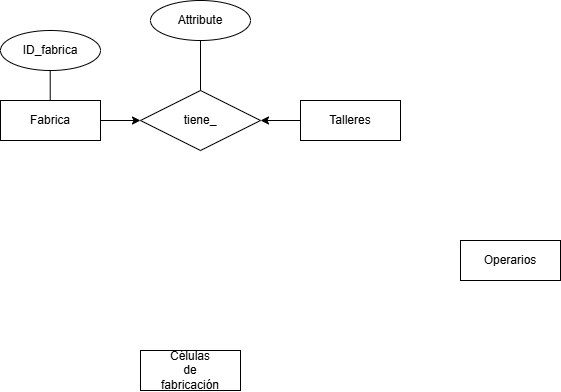
Earlier version of the draw.io export Diagramas_E_R/diagrama_actividad_2.drawio.png (Gabitoto/Bases-de-Datos). Source tidied: cells renumbered, new cells last; positions are measured from the earlier drawing's top-left corner, leaving out a move shared by most shapes.
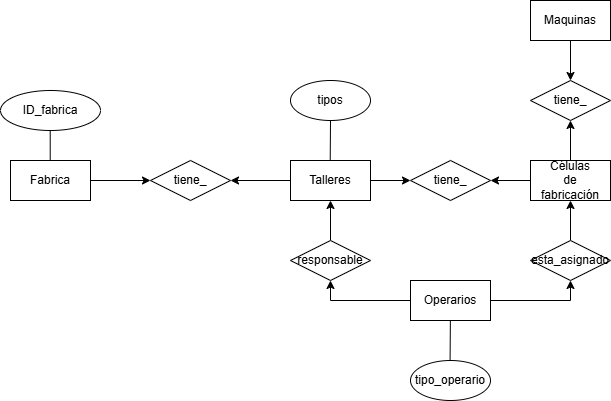
The same diagram one commit later.

The edit, as a diff of the source:
```diff
@@ -5,40 +5,88 @@
     <mxCell id="2" style="edgeStyle=orthogonalEdgeStyle;rounded=0;jettySize=auto;html=1;entryX=1;entryY=0.5;entryDx=0;entryDy=0;" parent="1" edge="1" source="3" target="8">
       <mxGeometry relative="1" as="geometry" />
     </mxCell>
+    <mxCell id="13" style="edgeStyle=orthogonalEdgeStyle;rounded=0;jettySize=auto;html=1;entryX=0;entryY=0.5;entryDx=0;entryDy=0;" parent="1" edge="1" source="3" target="17">
+      <mxGeometry relative="1" as="geometry" />
+    </mxCell>
     <mxCell id="3" value="Talleres" style="whiteSpace=wrap;html=1;align=center;" parent="1" vertex="1">
-      <mxGeometry x="300" y="100" width="100" height="40" as="geometry" />
+      <mxGeometry x="300" y="100" width="80" height="40" as="geometry" />
     </mxCell>
+    <mxCell id="14" style="edgeStyle=orthogonalEdgeStyle;rounded=0;jettySize=auto;html=1;entryX=1;entryY=0.5;entryDx=0;entryDy=0;" parent="1" edge="1" source="4" target="17">
+      <mxGeometry relative="1" as="geometry" />
+    </mxCell>
+    <mxCell id="15" style="edgeStyle=orthogonalEdgeStyle;rounded=0;jettySize=auto;html=1;entryX=0.5;entryY=1;entryDx=0;entryDy=0;" parent="1" edge="1" source="4" target="18">
+      <mxGeometry relative="1" as="geometry" />
+    </mxCell>
     <mxCell id="4" value="Células&lt;div&gt;de&lt;/div&gt;&lt;div&gt;fabricación&lt;/div&gt;" style="whiteSpace=wrap;html=1;align=center;" parent="1" vertex="1">
-      <mxGeometry x="140" y="350" width="100" height="40" as="geometry" />
+      <mxGeometry x="540" y="100" width="80" height="40" as="geometry" />
     </mxCell>
+    <mxCell id="16" style="edgeStyle=orthogonalEdgeStyle;rounded=0;jettySize=auto;html=1;entryX=0.5;entryY=1;entryDx=0;entryDy=0;" parent="1" edge="1" source="5" target="25">
+      <mxGeometry relative="1" as="geometry" />
+    </mxCell>
     <mxCell id="5" value="Operarios" style="whiteSpace=wrap;html=1;align=center;" parent="1" vertex="1">
-      <mxGeometry x="460" y="240" width="100" height="40" as="geometry" />
+      <mxGeometry x="420" y="220" width="80" height="40" as="geometry" />
     </mxCell>
     <mxCell id="6" style="edgeStyle=orthogonalEdgeStyle;rounded=0;jettySize=auto;html=1;entryX=0;entryY=0.5;entryDx=0;entryDy=0;" parent="1" edge="1" source="7" target="8">
       <mxGeometry relative="1" as="geometry" />
     </mxCell>
     <mxCell id="7" value="Fabrica" style="whiteSpace=wrap;html=1;align=center;" parent="1" vertex="1">
-      <mxGeometry y="100" width="100" height="40" as="geometry" />
+      <mxGeometry x="20" y="100" width="80" height="40" as="geometry" />
     </mxCell>
     <mxCell id="8" value="tiene_" style="shape=rhombus;perimeter=rhombusPerimeter;whiteSpace=wrap;html=1;align=center;" parent="1" vertex="1">
-      <mxGeometry x="140" y="90" width="120" height="60" as="geometry" />
+      <mxGeometry x="160" y="100" width="80" height="40" as="geometry" />
     </mxCell>
     <mxCell id="9" style="endArrow=none;html=1;rounded=0;" parent="1" edge="1">
       <mxGeometry relative="1" as="geometry">
-        <mxPoint x="49.7" y="70" as="sourcePoint" />
-        <mxPoint x="49.7" y="100" as="targetPoint" />
+        <mxPoint x="59.7" y="70" as="sourcePoint" />
+        <mxPoint x="59.7" y="100" as="targetPoint" />
       </mxGeometry>
     </mxCell>
     <mxCell id="10" value="ID_fabrica" style="ellipse;whiteSpace=wrap;html=1;align=center;" parent="1" vertex="1">
-      <mxGeometry y="30" width="100" height="40" as="geometry" />
+      <mxGeometry x="10" y="30" width="100" height="40" as="geometry" />
     </mxCell>
-    <mxCell id="11" style="endArrow=none;html=1;rounded=0;exitX=0.5;exitY=0;exitDx=0;exitDy=0;" parent="1" edge="1" source="8">
+    <mxCell id="11" style="endArrow=none;html=1;rounded=0;exitX=0.5;exitY=0;exitDx=0;exitDy=0;entryX=0.5;entryY=1;entryDx=0;entryDy=0;" parent="1" edge="1" target="12">
       <mxGeometry relative="1" as="geometry">
-        <mxPoint x="200" y="40" as="targetPoint" />
+        <mxPoint x="339.7" y="100" as="sourcePoint" />
       </mxGeometry>
     </mxCell>
-    <mxCell id="12" value="Attribute" style="ellipse;whiteSpace=wrap;html=1;align=center;" parent="1" vertex="1">
-      <mxGeometry x="150" width="100" height="40" as="geometry" />
+    <mxCell id="12" value="tipos" style="ellipse;whiteSpace=wrap;html=1;align=center;" parent="1" vertex="1">
+      <mxGeometry x="300" y="20" width="80" height="40" as="geometry" />
     </mxCell>
+    <mxCell id="17" value="tiene_" style="shape=rhombus;perimeter=rhombusPerimeter;whiteSpace=wrap;html=1;align=center;" parent="1" vertex="1">
+      <mxGeometry x="420" y="100" width="80" height="40" as="geometry" />
+    </mxCell>
+    <mxCell id="18" value="tiene_" style="shape=rhombus;perimeter=rhombusPerimeter;whiteSpace=wrap;html=1;align=center;" parent="1" vertex="1">
+      <mxGeometry x="540" y="20" width="80" height="40" as="geometry" />
+    </mxCell>
+    <mxCell id="19" style="edgeStyle=orthogonalEdgeStyle;rounded=0;jettySize=auto;html=1;entryX=0.5;entryY=0;entryDx=0;entryDy=0;" parent="1" edge="1" source="20" target="18">
+      <mxGeometry relative="1" as="geometry" />
+    </mxCell>
+    <mxCell id="20" value="Maquinas" style="whiteSpace=wrap;html=1;align=center;" parent="1" vertex="1">
+      <mxGeometry x="540" y="-60" width="80" height="40" as="geometry" />
+    </mxCell>
+    <mxCell id="21" style="edgeStyle=orthogonalEdgeStyle;rounded=0;jettySize=auto;html=1;entryX=0.5;entryY=1;entryDx=0;entryDy=0;" parent="1" edge="1" source="5" target="23">
+      <mxGeometry relative="1" as="geometry" />
+    </mxCell>
+    <mxCell id="22" style="edgeStyle=orthogonalEdgeStyle;rounded=0;jettySize=auto;html=1;entryX=0.5;entryY=1;entryDx=0;entryDy=0;" parent="1" edge="1" source="23" target="3">
+      <mxGeometry relative="1" as="geometry" />
+    </mxCell>
+    <mxCell id="23" value="responsable" style="shape=rhombus;perimeter=rhombusPerimeter;whiteSpace=wrap;html=1;align=center;" parent="1" vertex="1">
+      <mxGeometry x="300" y="180" width="80" height="40" as="geometry" />
+    </mxCell>
+    <mxCell id="24" style="edgeStyle=orthogonalEdgeStyle;rounded=0;jettySize=auto;html=1;entryX=0.5;entryY=1;entryDx=0;entryDy=0;" parent="1" edge="1" source="25" target="4">
+      <mxGeometry relative="1" as="geometry" />
+    </mxCell>
+    <mxCell id="25" value="esta_asignado" style="shape=rhombus;perimeter=rhombusPerimeter;whiteSpace=wrap;html=1;align=center;" parent="1" vertex="1">
+      <mxGeometry x="540" y="180" width="80" height="40" as="geometry" />
+    </mxCell>
+    <mxCell id="26" style="endArrow=none;html=1;rounded=0;exitX=0.5;exitY=0;exitDx=0;exitDy=0;entryX=0.5;entryY=1;entryDx=0;entryDy=0;" parent="1" edge="1">
+      <mxGeometry relative="1" as="geometry">
+        <mxPoint x="459.6" y="300" as="sourcePoint" />
+        <mxPoint x="459.9" y="260" as="targetPoint" />
+      </mxGeometry>
+    </mxCell>
+    <mxCell id="27" value="tipo_operario" style="ellipse;whiteSpace=wrap;html=1;align=center;" parent="1" vertex="1">
+      <mxGeometry x="420" y="300" width="80" height="40" as="geometry" />
+    </mxCell>
   </root>
 </mxGraphModel>
```
